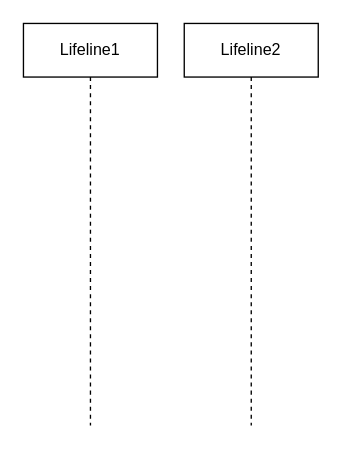
Earlier version of the draw.io diagram Sequenzdiagramm.drawio (TrainFan1804/SchulverwaltungUML). Source tidied: cells renumbered, new cells numbered last; positions are measured from the earlier drawing's top-left corner, leaving out a move shared by most shapes. Both pictures are drawn from the tidied source at 134%, with x=0, y=0 at pixel (23, 23).
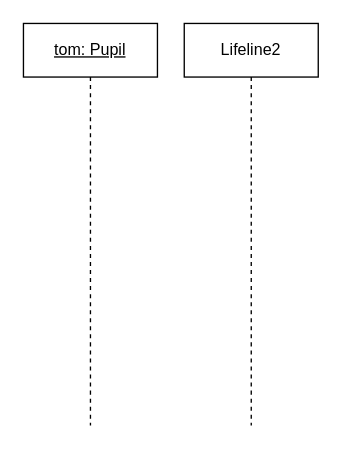
The same page after the edit.

The edit, as a diff of the source:
```diff
@@
 <mxGraphModel>
   <root>
     <mxCell id="0" />
     <mxCell id="1" parent="0" />
-    <mxCell id="2" value="Lifeline1" style="shape=umlLifeline;perimeter=lifelinePerimeter;whiteSpace=wrap;html=1;newEdgeStyle={&quot;edgeStyle&quot;:&quot;elbowEdgeStyle&quot;,&quot;elbow&quot;:&quot;vertical&quot;,&quot;curved&quot;:0,&quot;rounded&quot;:0};" parent="1" vertex="1">
+    <mxCell id="2" value="&lt;u&gt;tom: Pupil&lt;/u&gt;" style="shape=umlLifeline;perimeter=lifelinePerimeter;whiteSpace=wrap;html=1;newEdgeStyle={&quot;edgeStyle&quot;:&quot;elbowEdgeStyle&quot;,&quot;elbow&quot;:&quot;vertical&quot;,&quot;curved&quot;:0,&quot;rounded&quot;:0};" parent="1" vertex="1">
       <mxGeometry width="100" height="300" as="geometry" />
     </mxCell>
     <mxCell id="3" value="Lifeline2" style="shape=umlLifeline;perimeter=lifelinePerimeter;whiteSpace=wrap;html=1;newEdgeStyle={&quot;edgeStyle&quot;:&quot;elbowEdgeStyle&quot;,&quot;elbow&quot;:&quot;vertical&quot;,&quot;curved&quot;:0,&quot;rounded&quot;:0};" parent="1" vertex="1">
       <mxGeometry x="120" width="100" height="300" as="geometry" />
     </mxCell>
   </root>
 </mxGraphModel>
```
